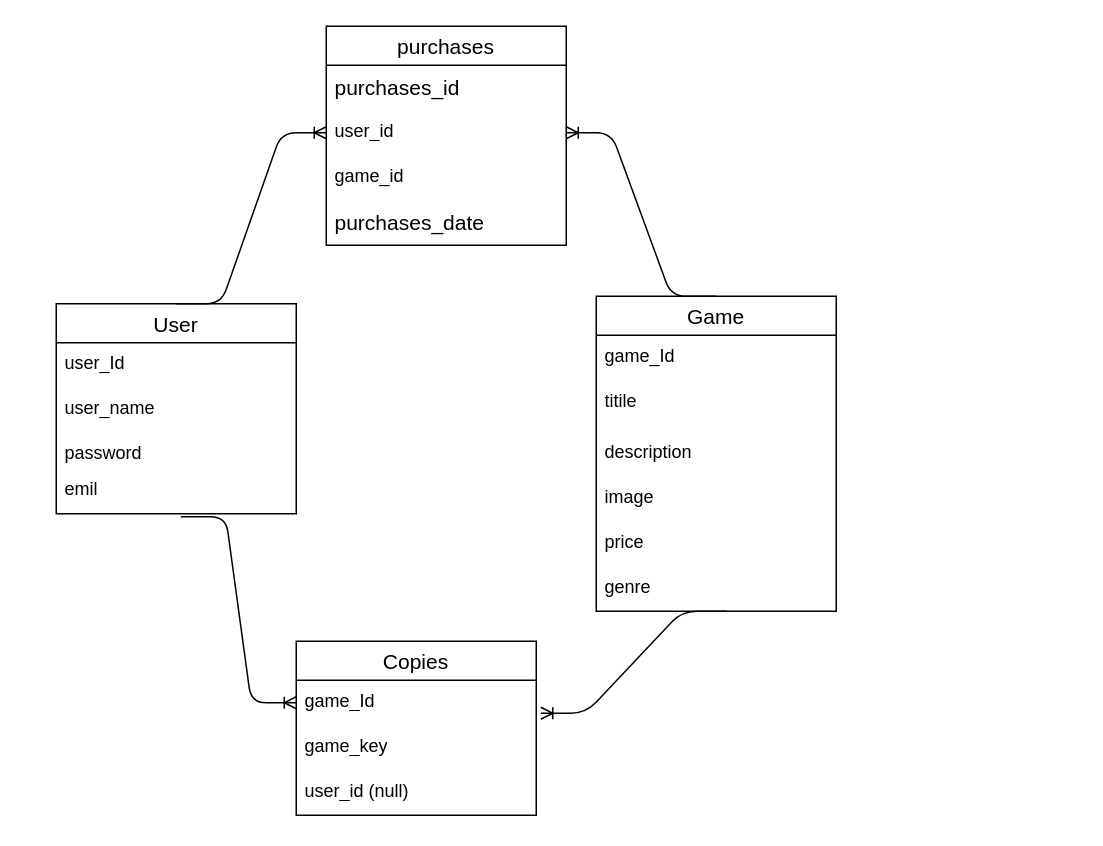
ArtyomHloba/gamestore keeps this draw.io diagram as schema.drawio. Above is the earlier version. Source tidied: cells renumbered, new cells numbered last; positions are measured from the earlier drawing's top-left corner, leaving out a move shared by most shapes. Both pictures are drawn from the tidied source at 150%, with x=0, y=0 at pixel (56, 26).
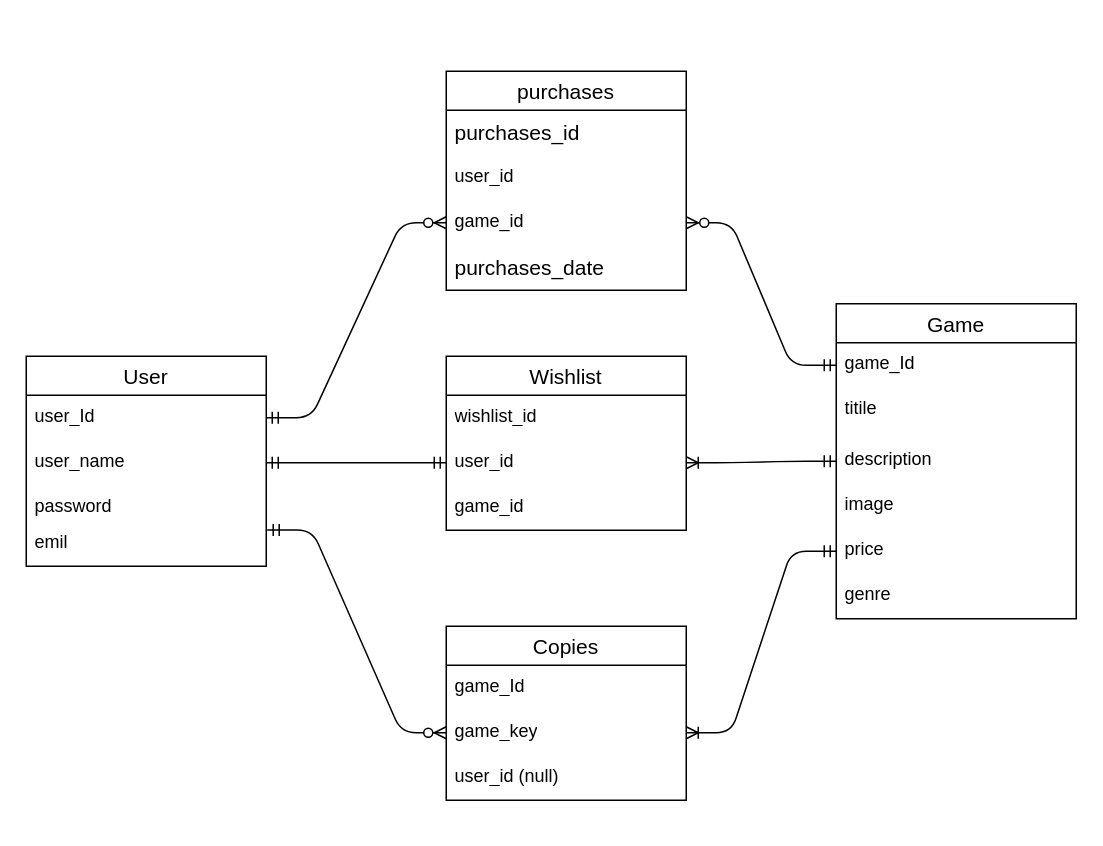
The same page after the edit.

The change refers to these unchanged cells:
```xml
<mxCell id="3" value="user_Id" style="text;strokeColor=none;fillColor=none;spacingLeft=4;spacingRight=4;overflow=hidden;points=[[0,0.5],[1,0.5]];portConstraint=eastwest;fontSize=12;whiteSpace=wrap;html=1;" parent="2" vertex="1">
  <mxGeometry y="26" width="160" height="30" as="geometry" />
</mxCell>
<mxCell id="4" value="user_name" style="text;strokeColor=none;fillColor=none;spacingLeft=4;spacingRight=4;overflow=hidden;points=[[0,0.5],[1,0.5]];portConstraint=eastwest;fontSize=12;whiteSpace=wrap;html=1;" parent="2" vertex="1">
  <mxGeometry y="56" width="160" height="30" as="geometry" />
</mxCell>
<mxCell id="6" value="emil&lt;div&gt;&lt;br&gt;&lt;/div&gt;" style="text;strokeColor=none;fillColor=none;spacingLeft=4;spacingRight=4;overflow=hidden;points=[[0,0.5],[1,0.5]];portConstraint=eastwest;fontSize=12;whiteSpace=wrap;html=1;" parent="2" vertex="1">
  <mxGeometry y="110" width="160" height="30" as="geometry" />
</mxCell>
<mxCell id="8" value="game_Id&lt;div&gt;&lt;br&gt;&lt;/div&gt;" style="text;strokeColor=none;fillColor=none;spacingLeft=4;spacingRight=4;overflow=hidden;points=[[0,0.5],[1,0.5]];portConstraint=eastwest;fontSize=12;whiteSpace=wrap;html=1;" parent="7" vertex="1">
  <mxGeometry y="26" width="160" height="30" as="geometry" />
</mxCell>
<mxCell id="10" value="description&lt;div&gt;&lt;br&gt;&lt;/div&gt;" style="text;strokeColor=none;fillColor=none;spacingLeft=4;spacingRight=4;overflow=hidden;points=[[0,0.5],[1,0.5]];portConstraint=eastwest;fontSize=12;whiteSpace=wrap;html=1;" parent="7" vertex="1">
  <mxGeometry y="90" width="160" height="30" as="geometry" />
</mxCell>
<mxCell id="12" value="price&lt;div&gt;&lt;br&gt;&lt;/div&gt;" style="text;strokeColor=none;fillColor=none;spacingLeft=4;spacingRight=4;overflow=hidden;points=[[0,0.5],[1,0.5]];portConstraint=eastwest;fontSize=12;whiteSpace=wrap;html=1;" parent="7" vertex="1">
  <mxGeometry y="150" width="160" height="30" as="geometry" />
</mxCell>
<mxCell id="13" value="genre" style="text;strokeColor=none;fillColor=none;spacingLeft=4;spacingRight=4;overflow=hidden;points=[[0,0.5],[1,0.5]];portConstraint=eastwest;fontSize=12;whiteSpace=wrap;html=1;" parent="7" vertex="1">
  <mxGeometry y="180" width="160" height="30" as="geometry" />
</mxCell>
<mxCell id="15" value="game_Id" style="text;strokeColor=none;fillColor=none;spacingLeft=4;spacingRight=4;overflow=hidden;points=[[0,0.5],[1,0.5]];portConstraint=eastwest;fontSize=12;whiteSpace=wrap;html=1;" parent="14" vertex="1">
  <mxGeometry y="26" width="160" height="30" as="geometry" />
</mxCell>
<mxCell id="16" value="game_key" style="text;strokeColor=none;fillColor=none;spacingLeft=4;spacingRight=4;overflow=hidden;points=[[0,0.5],[1,0.5]];portConstraint=eastwest;fontSize=12;whiteSpace=wrap;html=1;" parent="14" vertex="1">
  <mxGeometry y="56" width="160" height="30" as="geometry" />
</mxCell>
<mxCell id="22" value="user_id" style="text;strokeColor=none;fillColor=none;spacingLeft=4;spacingRight=4;overflow=hidden;points=[[0,0.5],[1,0.5]];portConstraint=eastwest;fontSize=12;whiteSpace=wrap;html=1;" parent="20" vertex="1">
  <mxGeometry y="56" width="160" height="30" as="geometry" />
</mxCell>
<mxCell id="23" value="game_id&lt;div&gt;&lt;br&gt;&lt;/div&gt;" style="text;strokeColor=none;fillColor=none;spacingLeft=4;spacingRight=4;overflow=hidden;points=[[0,0.5],[1,0.5]];portConstraint=eastwest;fontSize=12;whiteSpace=wrap;html=1;" parent="20" vertex="1">
  <mxGeometry y="86" width="160" height="30" as="geometry" />
</mxCell>
```

The edit, as a diff of the source:
```diff
@@
     <mxCell id="2" value="User" style="swimlane;fontStyle=0;horizontal=1;startSize=26;align=center;fontSize=14;" parent="1" vertex="1">
-      <mxGeometry y="185" width="160" height="140" as="geometry" />
+      <mxGeometry x="-20" y="220" width="160" height="140" as="geometry" />
     </mxCell>
@@
     <mxCell id="7" value="Game" style="swimlane;fontStyle=0;horizontal=1;startSize=26;align=center;fontSize=14;" parent="1" vertex="1">
-      <mxGeometry x="360" y="180" width="160" height="210" as="geometry" />
+      <mxGeometry x="520" y="185" width="160" height="210" as="geometry" />
     </mxCell>
@@
     <mxCell id="14" value="Copies" style="swimlane;fontStyle=0;horizontal=1;startSize=26;align=center;fontSize=14;" parent="1" vertex="1">
-      <mxGeometry x="160" y="410" width="160" height="116" as="geometry" />
+      <mxGeometry x="260" y="400" width="160" height="116" as="geometry" />
     </mxCell>
@@
-    <mxCell id="18" style="edgeStyle=entityRelationEdgeStyle;fontSize=12;html=1;endArrow=ERoneToMany;entryX=0;entryY=0.5;entryDx=0;entryDy=0;exitX=0.519;exitY=1.067;exitDx=0;exitDy=0;exitPerimeter=0;" parent="1" edge="1" source="6" target="15">
-      <mxGeometry relative="1" as="geometry">
-        <Array as="points">
-          <mxPoint x="100" y="340" />
-          <mxPoint x="100" y="370" />
-          <mxPoint x="90" y="340" />
-          <mxPoint x="130" y="380" />
-          <mxPoint x="100" y="340" />
-          <mxPoint x="90" y="370" />
-        </Array>
-      </mxGeometry>
-    </mxCell>
-    <mxCell id="19" style="edgeStyle=entityRelationEdgeStyle;fontSize=12;html=1;endArrow=ERoneToMany;exitX=0.544;exitY=1;exitDx=0;exitDy=0;exitPerimeter=0;entryX=1.019;entryY=0.733;entryDx=0;entryDy=0;entryPerimeter=0;" parent="1" edge="1" source="13" target="15">
-      <mxGeometry relative="1" as="geometry" />
-    </mxCell>
     <mxCell id="20" value="purchases" style="swimlane;fontStyle=0;horizontal=1;startSize=26;align=center;fontSize=14;" parent="1" vertex="1">
-      <mxGeometry x="180" width="160" height="146" as="geometry" />
+      <mxGeometry x="260" y="30" width="160" height="146" as="geometry" />
     </mxCell>
@@
-    <mxCell id="25" style="edgeStyle=entityRelationEdgeStyle;fontSize=12;html=1;endArrow=ERoneToMany;exitX=0.5;exitY=0;exitDx=0;exitDy=0;entryX=0;entryY=0.5;entryDx=0;entryDy=0;" parent="1" edge="1" source="2" target="22">
-      <mxGeometry relative="1" as="geometry" />
-    </mxCell>
-    <mxCell id="26" style="edgeStyle=entityRelationEdgeStyle;fontSize=12;html=1;endArrow=ERoneToMany;exitX=0.5;exitY=0;exitDx=0;exitDy=0;entryX=1;entryY=0.5;entryDx=0;entryDy=0;" parent="1" edge="1" source="7" target="22">
-      <mxGeometry relative="1" as="geometry" />
-    </mxCell>
+    <mxCell id="27" value="Wishlist" style="swimlane;fontStyle=0;horizontal=1;startSize=26;align=center;fontSize=14;" parent="1" vertex="1">
+      <mxGeometry x="260" y="220" width="160" height="116" as="geometry" />
+    </mxCell>
+    <mxCell id="28" value="wishlist_id" style="text;strokeColor=none;fillColor=none;spacingLeft=4;spacingRight=4;overflow=hidden;fontSize=12;whiteSpace=wrap;html=1;" parent="27" vertex="1">
+      <mxGeometry y="26" width="160" height="30" as="geometry" />
+    </mxCell>
+    <mxCell id="29" value="user_id" style="text;strokeColor=none;fillColor=none;spacingLeft=4;spacingRight=4;overflow=hidden;points=[[0,0.5],[1,0.5]];portConstraint=eastwest;fontSize=12;whiteSpace=wrap;html=1;" parent="27" vertex="1">
+      <mxGeometry y="56" width="160" height="30" as="geometry" />
+    </mxCell>
+    <mxCell id="30" value="game_id" style="text;strokeColor=none;fillColor=none;spacingLeft=4;spacingRight=4;overflow=hidden;fontSize=12;whiteSpace=wrap;html=1;" parent="27" vertex="1">
+      <mxGeometry y="86" width="160" height="30" as="geometry" />
+    </mxCell>
+    <mxCell id="31" style="edgeStyle=entityRelationEdgeStyle;fontSize=12;html=1;endArrow=ERmandOne;startArrow=ERmandOne;entryX=0;entryY=0.5;entryDx=0;entryDy=0;exitX=1;exitY=0.5;exitDx=0;exitDy=0;" parent="1" edge="1" source="4" target="29">
+      <mxGeometry relative="1" as="geometry" />
+    </mxCell>
+    <mxCell id="32" style="edgeStyle=entityRelationEdgeStyle;fontSize=12;html=1;endArrow=ERzeroToMany;startArrow=ERmandOne;entryX=0;entryY=0.5;entryDx=0;entryDy=0;exitX=1.004;exitY=0.195;exitDx=0;exitDy=0;exitPerimeter=0;" parent="1" edge="1" source="6" target="16">
+      <mxGeometry relative="1" as="geometry" />
+    </mxCell>
+    <mxCell id="33" style="edgeStyle=entityRelationEdgeStyle;fontSize=12;html=1;endArrow=ERoneToMany;startArrow=ERmandOne;entryX=1;entryY=0.5;entryDx=0;entryDy=0;exitX=0;exitY=0.5;exitDx=0;exitDy=0;" parent="1" edge="1" source="12" target="16">
+      <mxGeometry relative="1" as="geometry">
+        <Array as="points">
+          <mxPoint x="580" y="440" />
+          <mxPoint x="570" y="440" />
+        </Array>
+      </mxGeometry>
+    </mxCell>
+    <mxCell id="34" style="edgeStyle=entityRelationEdgeStyle;fontSize=12;html=1;endArrow=ERzeroToMany;startArrow=ERmandOne;entryX=0;entryY=0.5;entryDx=0;entryDy=0;exitX=1;exitY=0.5;exitDx=0;exitDy=0;" parent="1" edge="1" source="3" target="23">
+      <mxGeometry relative="1" as="geometry" />
+    </mxCell>
+    <mxCell id="35" style="edgeStyle=entityRelationEdgeStyle;fontSize=12;html=1;endArrow=ERzeroToMany;startArrow=ERmandOne;entryX=1;entryY=0.5;entryDx=0;entryDy=0;exitX=0;exitY=0.5;exitDx=0;exitDy=0;" parent="1" edge="1" source="8" target="23">
+      <mxGeometry relative="1" as="geometry" />
+    </mxCell>
+    <mxCell id="36" style="edgeStyle=entityRelationEdgeStyle;fontSize=12;html=1;endArrow=ERoneToMany;startArrow=ERmandOne;exitX=0;exitY=0.5;exitDx=0;exitDy=0;entryX=1;entryY=0.5;entryDx=0;entryDy=0;" parent="1" edge="1" source="10" target="29">
+      <mxGeometry relative="1" as="geometry" />
+    </mxCell>
```
